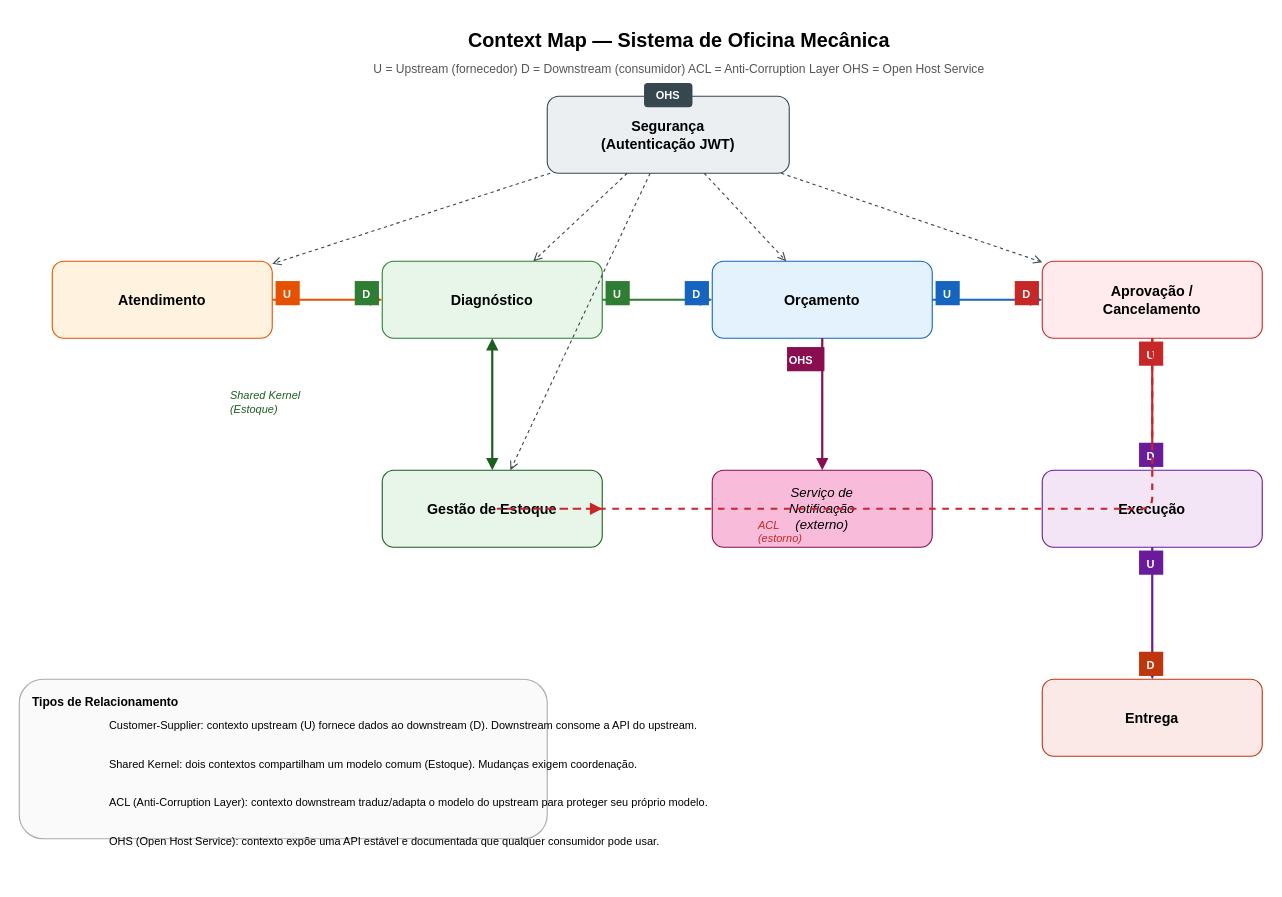
This is docs/context_map.drawio from Guilherme-Fumagali/tech-challenge-1, a draw.io file, before an edit. Source tidied: cells renumbered, new cells numbered last; positions are measured from the earlier drawing's top-left corner, leaving out a move shared by most shapes. Both pictures are drawn from the tidied source at 110%, with x=0, y=0 at pixel (19, 19).
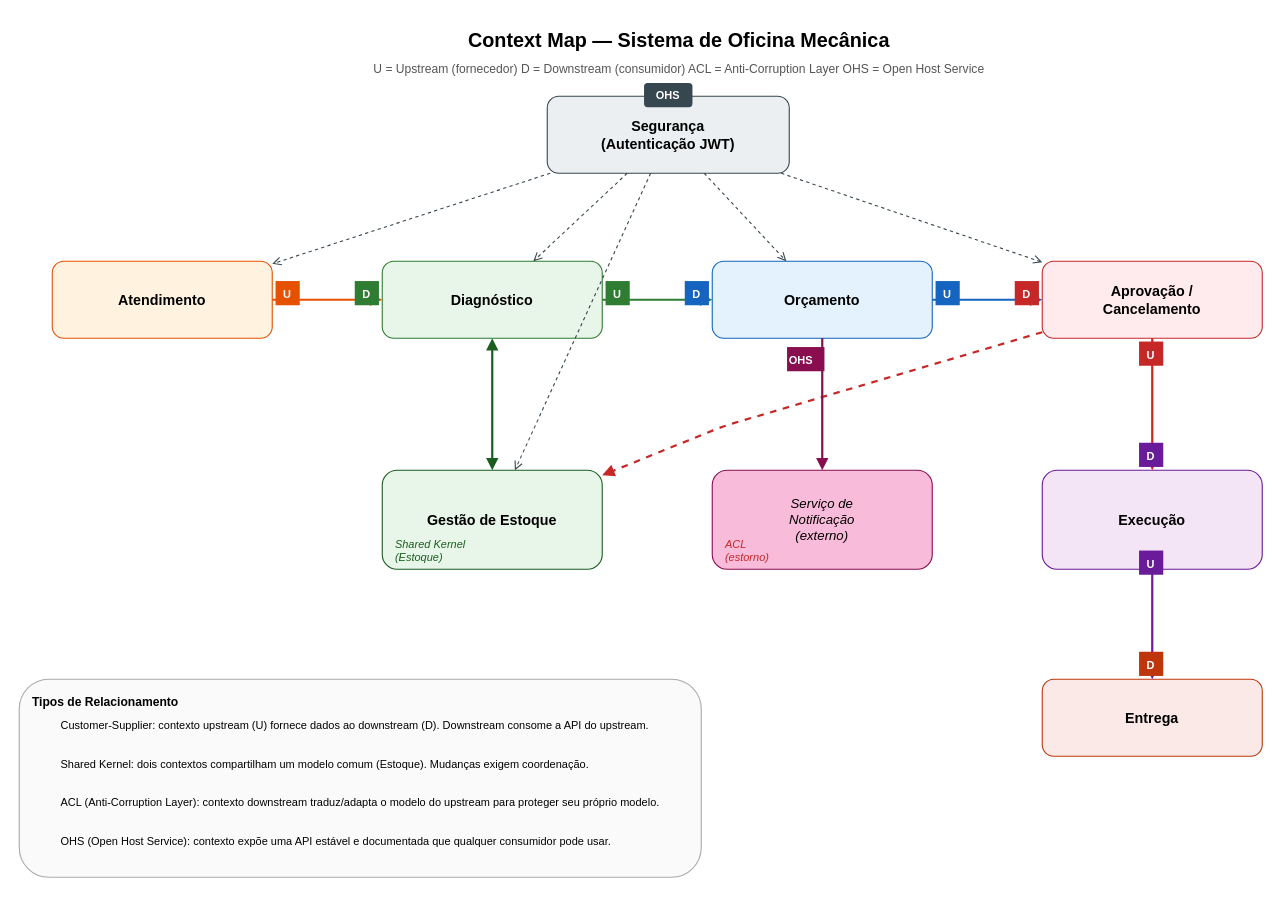
The same diagram, later.

The change refers to these unchanged cells:
```xml
<mxCell id="10" value="Aprovação /&#10;Cancelamento" style="rounded=1;whiteSpace=wrap;html=0;fillColor=#FFEBEE;strokeColor=#C62828;fontSize=13;fontStyle=1;verticalAlign=middle;" parent="1" vertex="1">
  <mxGeometry x="930" y="220" width="200" height="70" as="geometry" />
</mxCell>
```

The edit, as a diff of the source:
```diff
@@
     <mxCell id="8" value="Gestão de Estoque" style="rounded=1;whiteSpace=wrap;html=0;fillColor=#E8F5E9;strokeColor=#1B5E20;fontSize=13;fontStyle=1;verticalAlign=middle;" parent="1" vertex="1">
-      <mxGeometry x="330" y="410" width="200" height="70" as="geometry" />
+      <mxGeometry x="330" y="410" width="200" height="90" as="geometry" />
     </mxCell>
@@
     <mxCell id="11" value="Execução" style="rounded=1;whiteSpace=wrap;html=0;fillColor=#F3E5F5;strokeColor=#6A1B9A;fontSize=13;fontStyle=1;verticalAlign=middle;" parent="1" vertex="1">
-      <mxGeometry x="930" y="410" width="200" height="70" as="geometry" />
+      <mxGeometry x="930" y="410" width="200" height="90" as="geometry" />
     </mxCell>
@@
     <mxCell id="13" value="Serviço de&#10;Notificação&#10;(externo)" style="rounded=1;whiteSpace=wrap;html=0;fillColor=#F8BBD9;strokeColor=#880E4F;fontSize=12;fontStyle=2;verticalAlign=middle;" parent="1" vertex="1">
-      <mxGeometry x="630" y="410" width="200" height="70" as="geometry" />
+      <mxGeometry x="630" y="410" width="200" height="90" as="geometry" />
     </mxCell>
@@
     <mxCell id="35" value="Shared Kernel&#10;(Estoque)" style="text;html=0;strokeColor=none;fillColor=none;fontSize=10;fontStyle=2;fontColor=#1B5E20;" parent="1" vertex="1">
-      <mxGeometry x="190" y="330" width="130" height="35" as="geometry" />
+      <mxGeometry x="340" y="465" width="130" height="35" as="geometry" />
     </mxCell>
     <mxCell id="36" style="endArrow=block;endFill=1;strokeColor=#C62828;strokeWidth=2;dashed=1;" parent="1" edge="1" source="10" target="8">
       <mxGeometry relative="1" as="geometry">
         <Array as="points">
-          <mxPoint x="1030" y="445" />
-          <mxPoint x="430" y="445" />
+          <mxPoint x="640" y="370" />
         </Array>
       </mxGeometry>
     </mxCell>
     <mxCell id="37" value="ACL&#10;(estorno)" style="text;html=0;strokeColor=none;fillColor=none;fontSize=10;fontStyle=2;fontColor=#C62828;" parent="1" vertex="1">
-      <mxGeometry x="670" y="448" width="80" height="30" as="geometry" />
+      <mxGeometry x="640" y="465" width="80" height="30" as="geometry" />
     </mxCell>
@@
-    <mxCell id="40" style="rounded=1;whiteSpace=wrap;html=0;fillColor=#FAFAFA;strokeColor=#AAAAAA;fontSize=10;" parent="1" vertex="1">
-      <mxGeometry y="600" width="480" height="145" as="geometry" />
-    </mxCell>
+    <mxCell id="50" style="rounded=1;whiteSpace=wrap;html=0;fillColor=#FAFAFA;strokeColor=#AAAAAA;fontSize=10;" parent="1" vertex="1">
+      <mxGeometry y="600" width="620" height="180" as="geometry" />
+    </mxCell>
@@
-    <mxCell id="42" style="endArrow=block;endFill=1;strokeColor=#333333;strokeWidth=2;" parent="1" edge="1">
-      <mxGeometry x="60" y="650" as="geometry">
-        <Array as="points">
-          <mxPoint x="10" y="640" />
-          <mxPoint x="70" y="640" />
-        </Array>
-      </mxGeometry>
-    </mxCell>
+    <mxCell id="51" style="endArrow=block;endFill=1;strokeColor=#333333;strokeWidth=2;" parent="1" edge="1">
+      <mxGeometry x="60" y="650" as="geometry">
+        <Array as="points">
+          <mxPoint x="10" y="640" />
+          <mxPoint x="70" y="640" />
+        </Array>
+      </mxGeometry>
+    </mxCell>
     <mxCell id="43" value="Customer-Supplier: contexto upstream (U) fornece dados ao downstream (D). Downstream consome a API do upstream." style="text;html=0;strokeColor=none;fillColor=none;align=left;fontSize=10;" parent="1" vertex="1">
-      <mxGeometry x="80" y="630" width="390" height="30" as="geometry" />
+      <mxGeometry x="36" y="630" width="550" height="30" as="geometry" />
     </mxCell>
-    <mxCell id="44" style="endArrow=block;endFill=1;startArrow=block;startFill=1;strokeColor=#1B5E20;strokeWidth=2;" parent="1" edge="1">
-      <mxGeometry x="60" y="685" as="geometry">
-        <Array as="points">
-          <mxPoint x="10" y="675" />
-          <mxPoint x="70" y="675" />
-        </Array>
-      </mxGeometry>
-    </mxCell>
+    <mxCell id="52" style="endArrow=block;endFill=1;startArrow=block;startFill=1;strokeColor=#1B5E20;strokeWidth=2;" parent="1" edge="1">
+      <mxGeometry x="60" y="685" as="geometry">
+        <Array as="points">
+          <mxPoint x="10" y="675" />
+          <mxPoint x="70" y="675" />
+        </Array>
+      </mxGeometry>
+    </mxCell>
     <mxCell id="45" value="Shared Kernel: dois contextos compartilham um modelo comum (Estoque). Mudanças exigem coordenação." style="text;html=0;strokeColor=none;fillColor=none;align=left;fontSize=10;" parent="1" vertex="1">
-      <mxGeometry x="80" y="665" width="390" height="30" as="geometry" />
+      <mxGeometry x="36" y="665" width="550" height="30" as="geometry" />
     </mxCell>
-    <mxCell id="46" style="endArrow=block;endFill=1;strokeColor=#C62828;strokeWidth=2;dashed=1;" parent="1" edge="1">
-      <mxGeometry x="60" y="720" as="geometry">
-        <Array as="points">
-          <mxPoint x="10" y="710" />
-          <mxPoint x="70" y="710" />
-        </Array>
-      </mxGeometry>
-    </mxCell>
+    <mxCell id="53" style="endArrow=block;endFill=1;strokeColor=#C62828;strokeWidth=2;dashed=1;" parent="1" edge="1">
+      <mxGeometry x="60" y="720" as="geometry">
+        <Array as="points">
+          <mxPoint x="10" y="710" />
+          <mxPoint x="70" y="710" />
+        </Array>
+      </mxGeometry>
+    </mxCell>
     <mxCell id="47" value="ACL (Anti-Corruption Layer): contexto downstream traduz/adapta o modelo do upstream para proteger seu próprio modelo." style="text;html=0;strokeColor=none;fillColor=none;align=left;fontSize=10;" parent="1" vertex="1">
-      <mxGeometry x="80" y="700" width="390" height="30" as="geometry" />
+      <mxGeometry x="36" y="700" width="560" height="30" as="geometry" />
     </mxCell>
-    <mxCell id="48" style="endArrow=open;endFill=0;strokeColor=#37474F;dashed=1;strokeWidth=1;" parent="1" edge="1">
-      <mxGeometry x="60" y="755" as="geometry">
-        <Array as="points">
-          <mxPoint x="10" y="745" />
-          <mxPoint x="70" y="745" />
-        </Array>
-      </mxGeometry>
-    </mxCell>
+    <mxCell id="54" style="endArrow=open;endFill=0;strokeColor=#37474F;dashed=1;strokeWidth=1;" parent="1" edge="1">
+      <mxGeometry x="60" y="755" as="geometry">
+        <Array as="points">
+          <mxPoint x="10" y="745" />
+          <mxPoint x="70" y="745" />
+        </Array>
+      </mxGeometry>
+    </mxCell>
     <mxCell id="49" value="OHS (Open Host Service): contexto expõe uma API estável e documentada que qualquer consumidor pode usar." style="text;html=0;strokeColor=none;fillColor=none;align=left;fontSize=10;" parent="1" vertex="1">
-      <mxGeometry x="80" y="735" width="390" height="30" as="geometry" />
+      <mxGeometry x="36" y="735" width="550" height="30" as="geometry" />
     </mxCell>
```
